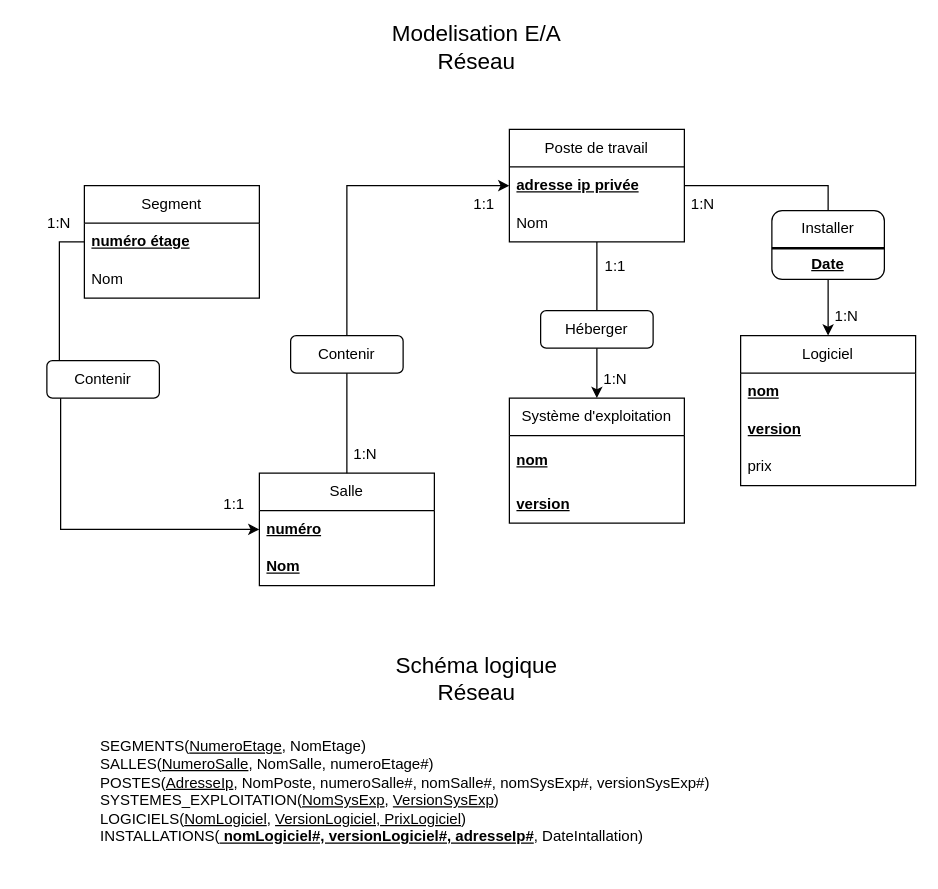
Earlier version of the draw.io diagram TP-2-Modélisation et manipulation des données sous MySQL/tp-2.drawio (florian-alb/administration-bdd-2025). Source tidied: cells renumbered, new cells numbered last; positions are measured from the earlier drawing's top-left corner, leaving out a move shared by most shapes. Both pictures are drawn from the tidied source at 125%, with x=0, y=0 at pixel (21, 29).
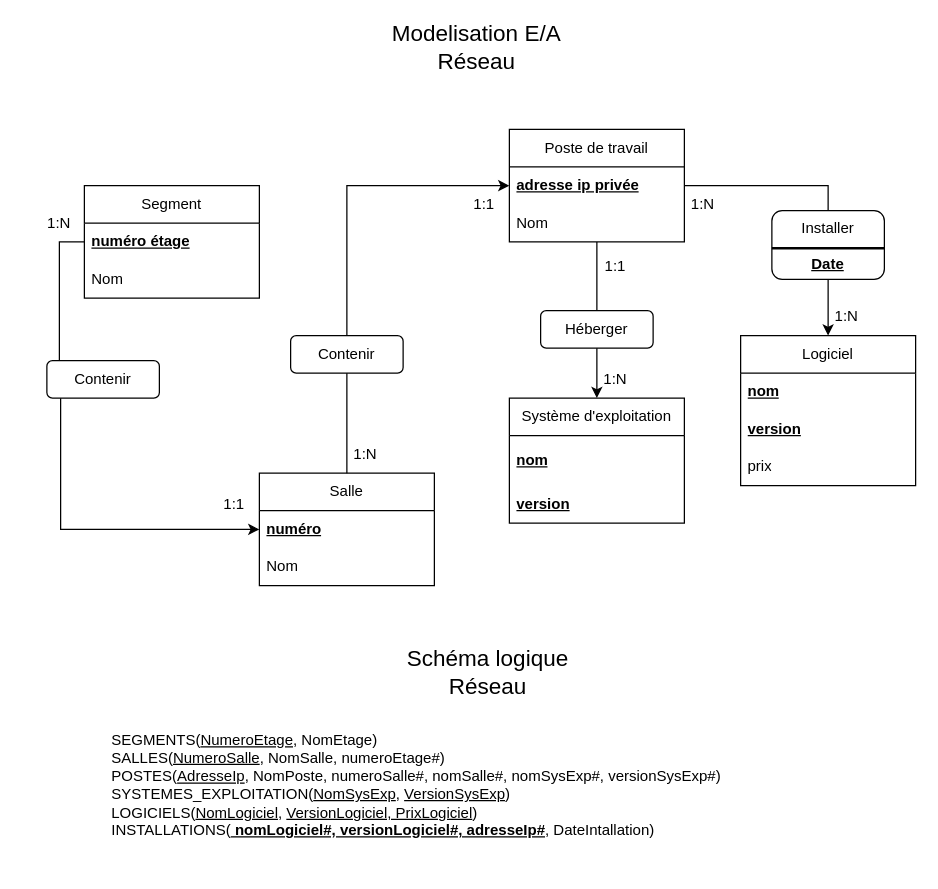
The same page after the edit.

Commit message:
Mettre à jour tp-2.drawio

The change refers to these unchanged cells:
```xml
<mxCell id="17" value="Salle" style="swimlane;fontStyle=0;horizontal=1;startSize=30;whiteSpace=wrap;html=1;" parent="1" vertex="1">
  <mxGeometry x="190" y="355" width="140" height="90" as="geometry" />
</mxCell>
```

The edit, as a diff of the source:
```diff
@@
-    <mxCell id="19" value="&lt;b&gt;&lt;u&gt;Nom&lt;/u&gt;&lt;/b&gt;" style="text;strokeColor=none;fillColor=none;align=left;verticalAlign=middle;spacingLeft=4;spacingRight=4;overflow=hidden;whiteSpace=wrap;html=1;" parent="17" vertex="1">
+    <mxCell id="19" value="Nom" style="text;strokeColor=none;fillColor=none;align=left;verticalAlign=middle;spacingLeft=4;spacingRight=4;overflow=hidden;whiteSpace=wrap;html=1;" parent="17" vertex="1">
       <mxGeometry y="60" width="140" height="30" as="geometry" />
     </mxCell>
@@
     <mxCell id="35" value="&lt;font style=&quot;font-size: 18px;&quot;&gt;Schéma logique Réseau&lt;/font&gt;" style="text;html=1;align=center;verticalAlign=middle;whiteSpace=wrap;rounded=0;" parent="1" vertex="1">
-      <mxGeometry x="294" y="505" width="140" height="30" as="geometry" />
+      <mxGeometry x="303" y="500" width="140" height="30" as="geometry" />
     </mxCell>
     <mxCell id="36" value="SEGMENTS(&lt;u&gt;NumeroEtage&lt;/u&gt;, NomEtage)&lt;div&gt;SALLES(&lt;u&gt;NumeroSalle&lt;/u&gt;,&amp;nbsp;&lt;span style=&quot;background-color: transparent; color: light-dark(rgb(0, 0, 0), rgb(255, 255, 255));&quot;&gt;NomSalle,&lt;/span&gt;&lt;span style=&quot;background-color: transparent; color: light-dark(rgb(0, 0, 0), rgb(255, 255, 255));&quot;&gt;&amp;nbsp;&lt;/span&gt;&lt;span style=&quot;background-color: transparent; color: light-dark(rgb(0, 0, 0), rgb(255, 255, 255));&quot;&gt;numeroEtage#&lt;/span&gt;&lt;span style=&quot;background-color: transparent; color: light-dark(rgb(0, 0, 0), rgb(255, 255, 255));&quot;&gt;)&lt;/span&gt;&lt;/div&gt;&lt;div&gt;POSTES(&lt;u&gt;AdresseIp&lt;/u&gt;, NomPoste, numeroSalle#, nomSalle#, nomSysExp#, versionSysExp#)&lt;/div&gt;&lt;div&gt;SYSTEMES_EXPLOITATION(&lt;u&gt;NomSysExp&lt;/u&gt;, &lt;u&gt;VersionSysExp&lt;/u&gt;)&lt;/div&gt;&lt;div&gt;LOGICIELS(&lt;u&gt;NomLogiciel&lt;/u&gt;, &lt;u&gt;VersionLogiciel, PrixLogiciel&lt;/u&gt;)&lt;/div&gt;&lt;div&gt;INSTALLATIONS(&lt;u&gt;&lt;b&gt; nomLogiciel#, versionLogiciel#, adresseIp#&lt;/b&gt;&lt;/u&gt;, DateIntallation)&lt;/div&gt;" style="text;whiteSpace=wrap;html=1;" parent="1" vertex="1">
-      <mxGeometry x="61" y="560" width="509" height="110" as="geometry" />
+      <mxGeometry x="70" y="555" width="509" height="110" as="geometry" />
     </mxCell>
```
